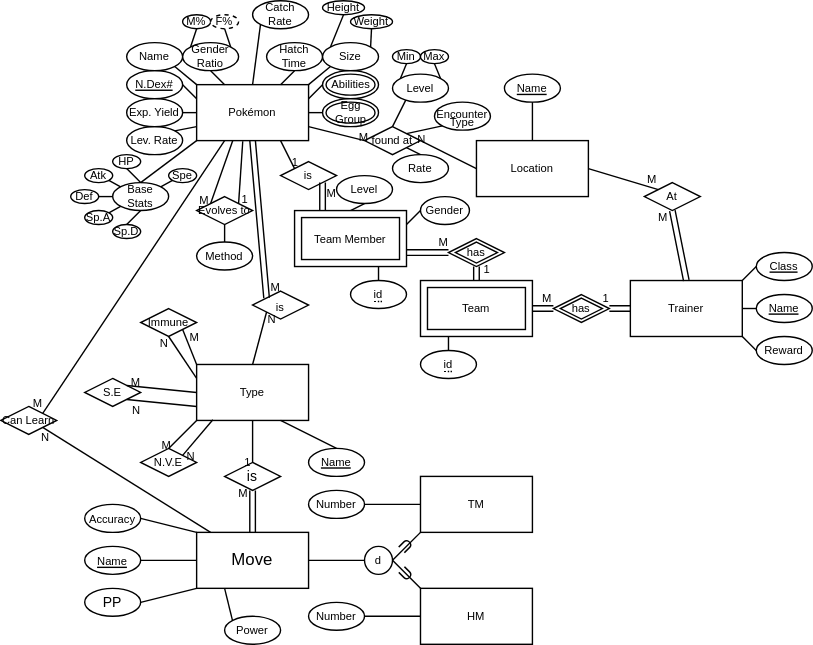
JacobJanzen/J5-Pocket-Monsters-Database keeps this draw.io diagram as diagrams/EER.svg. Above is the earlier version. Source tidied: cells renumbered, new cells last; positions are measured from the earlier drawing's top-left corner, leaving out a move shared by most shapes.
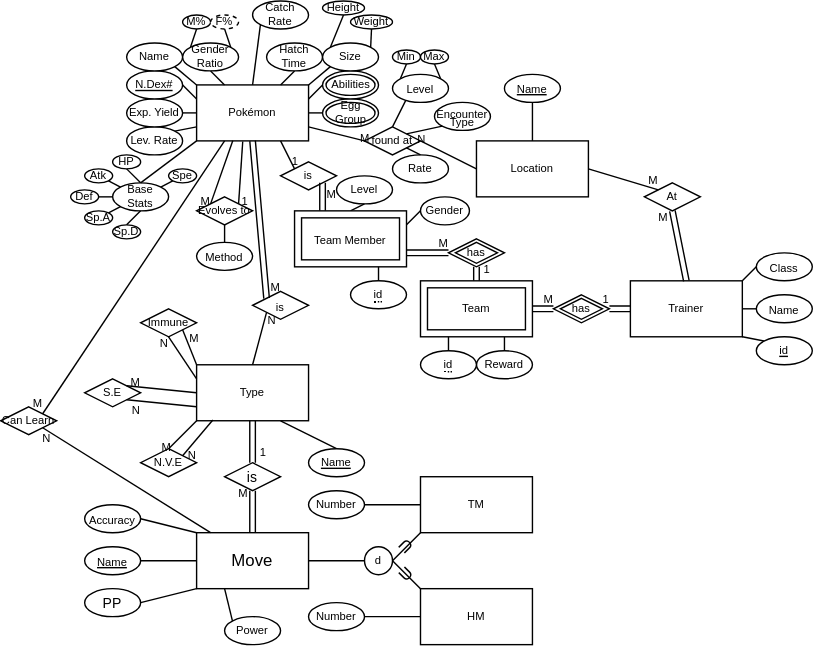
The same file after the commit.

Diff of the diagram source:
```diff
@@ -55,14 +55,6 @@
     <mxCell id="16" value="Type" style="rounded=0;whiteSpace=wrap;html=1;hachureGap=4;fontSize=8;" parent="1" vertex="1">
       <mxGeometry x="140" y="260" width="80" height="40" as="geometry" />
     </mxCell>
-    <mxCell id="17" style="endArrow=none;html=1;rounded=0;startSize=14;endSize=14;sourcePerimeterSpacing=8;targetPerimeterSpacing=8;fontSize=8;exitX=0.5;exitY=1;exitDx=0;exitDy=0;entryX=0.5;entryY=0;entryDx=0;entryDy=0;" parent="1" edge="1" source="16" target="13">
-      <mxGeometry relative="1" as="geometry" />
-    </mxCell>
-    <mxCell id="18" value="&lt;font style=&quot;font-size: 8px&quot;&gt;1&lt;/font&gt;" style="html=1;align=right;verticalAlign=bottom;" parent="17" vertex="1">
-      <mxGeometry x="1" relative="1" as="geometry">
-        <mxPoint x="-1" y="7" as="offset" />
-      </mxGeometry>
-    </mxCell>
     <mxCell id="19" style="endArrow=none;html=1;fontSize=8;startSize=14;endSize=14;sourcePerimeterSpacing=8;targetPerimeterSpacing=8;entryX=0.75;entryY=1;entryDx=0;entryDy=0;exitX=0.5;exitY=0;exitDx=0;exitDy=0;" parent="1" edge="1" source="20" target="16">
       <mxGeometry relative="1" as="geometry" />
     </mxCell>
@@ -435,7 +427,7 @@
       </mxGeometry>
     </mxCell>
     <mxCell id="129" value="Reward" style="ellipse;whiteSpace=wrap;html=1;hachureGap=4;fontSize=8;" parent="1" vertex="1">
-      <mxGeometry x="540" y="240" width="40" height="20" as="geometry" />
+      <mxGeometry x="340" y="250" width="40" height="20" as="geometry" />
     </mxCell>
     <mxCell id="130" style="endArrow=none;html=1;fontSize=8;startSize=14;endSize=14;sourcePerimeterSpacing=8;targetPerimeterSpacing=8;entryX=0;entryY=0.5;entryDx=0;entryDy=0;exitX=1;exitY=0;exitDx=0;exitDy=0;" parent="1" edge="1" source="116">
       <mxGeometry relative="1" as="geometry">
@@ -447,7 +439,7 @@
         <mxPoint x="540" y="220" as="targetPoint" />
       </mxGeometry>
     </mxCell>
-    <mxCell id="132" style="endArrow=none;html=1;fontSize=8;startSize=14;endSize=14;sourcePerimeterSpacing=8;targetPerimeterSpacing=8;exitX=1;exitY=1;exitDx=0;exitDy=0;entryX=0;entryY=0.5;entryDx=0;entryDy=0;" parent="1" edge="1" source="116" target="129">
+    <mxCell id="132" style="endArrow=none;html=1;fontSize=8;startSize=14;endSize=14;sourcePerimeterSpacing=8;targetPerimeterSpacing=8;exitX=0.75;exitY=1;exitDx=0;exitDy=0;entryX=0.5;entryY=0;entryDx=0;entryDy=0;" parent="1" edge="1" source="153" target="129">
       <mxGeometry relative="1" as="geometry" />
     </mxCell>
     <mxCell id="133" value="U" style="text;html=1;strokeColor=none;fillColor=none;align=center;verticalAlign=middle;whiteSpace=wrap;rounded=0;rotation=-135;" parent="1" vertex="1">
@@ -495,12 +487,9 @@
     <mxCell id="145" style="endArrow=none;html=1;rounded=0;fontSize=8;exitX=1;exitY=1;exitDx=0;exitDy=0;entryX=0.5;entryY=0;entryDx=0;entryDy=0;" parent="1" edge="1" source="101" target="144">
       <mxGeometry relative="1" as="geometry" />
     </mxCell>
-    <mxCell id="146" value="&lt;div&gt;Class&lt;/div&gt;" style="ellipse;whiteSpace=wrap;html=1;align=center;fontStyle=4;fontSize=8;" parent="1" vertex="1">
-      <mxGeometry x="540" y="180" width="40" height="20" as="geometry" />
+    <mxCell id="146" value="id" style="ellipse;whiteSpace=wrap;html=1;align=center;fontStyle=4;fontSize=8;" parent="1" vertex="1">
+      <mxGeometry x="540" y="240" width="40" height="20" as="geometry" />
     </mxCell>
-    <mxCell id="147" value="&lt;div&gt;Name&lt;/div&gt;" style="ellipse;whiteSpace=wrap;html=1;align=center;fontStyle=4;fontSize=8;" parent="1" vertex="1">
-      <mxGeometry x="540" y="210" width="40" height="20" as="geometry" />
-    </mxCell>
     <mxCell id="148" value="&lt;font style=&quot;font-size: 8px&quot;&gt;Team Member&lt;/font&gt;" style="shape=ext;margin=3;double=1;whiteSpace=wrap;html=1;align=center;" parent="1" vertex="1">
       <mxGeometry x="210" y="150" width="80" height="40" as="geometry" />
     </mxCell>
@@ -554,5 +543,24 @@
     <mxCell id="164" value="1" style="html=1;align=right;verticalAlign=bottom;fontSize=8;" parent="163" vertex="1">
       <mxGeometry x="1" relative="1" as="geometry" />
     </mxCell>
+    <mxCell id="165" value="&lt;font style=&quot;font-size: 8px&quot;&gt;Class&lt;/font&gt;" style="ellipse;whiteSpace=wrap;html=1;align=center;" parent="1" vertex="1">
+      <mxGeometry x="540" y="180" width="40" height="20" as="geometry" />
+    </mxCell>
+    <mxCell id="147" value="&lt;font style=&quot;font-size: 8px&quot;&gt;Name&lt;/font&gt;" style="ellipse;whiteSpace=wrap;html=1;align=center;" parent="1" vertex="1">
+      <mxGeometry x="540" y="210" width="40" height="20" as="geometry" />
+    </mxCell>
+    <mxCell id="166" style="endArrow=none;html=1;rounded=0;fontSize=8;exitX=1;exitY=1;exitDx=0;exitDy=0;entryX=0;entryY=0;entryDx=0;entryDy=0;" parent="1" edge="1" source="116" target="146">
+      <mxGeometry relative="1" as="geometry" />
+    </mxCell>
+    <mxCell id="167" style="shape=link;html=1;rounded=0;endArrow=open;startSize=14;endSize=14;sourcePerimeterSpacing=8;targetPerimeterSpacing=8;entryX=0.5;entryY=0;entryDx=0;entryDy=0;" parent="1" edge="1" target="13">
+      <mxGeometry relative="1" as="geometry">
+        <mxPoint x="180" y="300" as="sourcePoint" />
+      </mxGeometry>
+    </mxCell>
+    <mxCell id="18" value="1" style="html=1;align=right;verticalAlign=bottom;fontSize=8;" parent="167" vertex="1">
+      <mxGeometry x="1" relative="1" as="geometry">
+        <mxPoint x="10" as="offset" />
+      </mxGeometry>
+    </mxCell>
   </root>
 </mxGraphModel>
```
